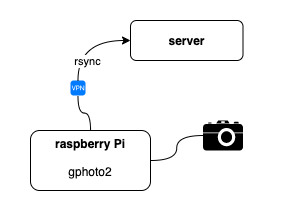
The draw.io diagram docs/architecture.drawio.png in mafeko/laps, before a commit. Source tidied: cells renumbered, new cells last; positions are measured from the earlier drawing's top-left corner, leaving out a move shared by most shapes.
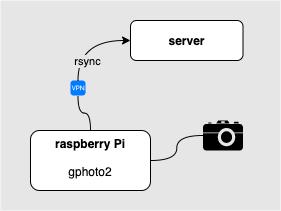
After the commit.

What changed in the source:
```diff
@@ -2,7 +2,7 @@
   <root>
     <mxCell id="0" />
     <mxCell id="1" parent="0" />
-    <mxCell id="2" style="rounded=0;whiteSpace=wrap;html=1;verticalAlign=top;strokeColor=none;fillColor=#FFFFFF;" parent="1" vertex="1">
+    <mxCell id="2" style="rounded=0;whiteSpace=wrap;html=1;verticalAlign=top;strokeColor=none;fillColor=#E6E6E6;" parent="1" vertex="1">
       <mxGeometry width="280" height="210" as="geometry" />
     </mxCell>
     <mxCell id="3" style="edgeStyle=orthogonalEdgeStyle;html=1;startArrow=none;startFill=1;curved=1;endArrow=none;endFill=0;" parent="1" edge="1" source="7" target="6">
@@ -23,7 +23,7 @@
     <mxCell id="8" style="edgeStyle=orthogonalEdgeStyle;html=1;startArrow=classic;startFill=1;endArrow=none;curved=1;" parent="1" edge="1" source="4" target="7">
       <mxGeometry relative="1" as="geometry" />
     </mxCell>
-    <mxCell id="9" value="rsync" style="edgeLabel;html=1;align=center;verticalAlign=middle;" parent="8" vertex="1">
+    <mxCell id="9" value="rsync" style="edgeLabel;html=1;align=center;verticalAlign=middle;labelBackgroundColor=#E6E6E6;" parent="8" vertex="1">
       <mxGeometry x="0.59" y="9" relative="1" as="geometry" />
     </mxCell>
     <mxCell id="10" style="shape=mxgraph.signs.tech.camera_2;html=1;fillColor=#000000;strokeColor=none;verticalLabelPosition=bottom;verticalAlign=top;align=center;" parent="1" vertex="1">
```
